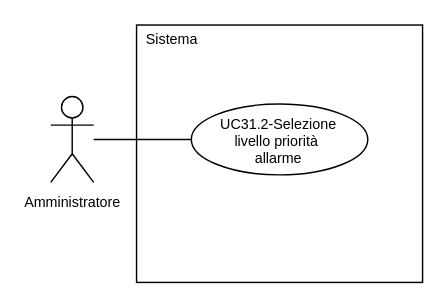
Above: 2-RTB/Analisi_dei_requisiti/draw.io/UC31.2.drawio in SnakeByteTeam/snakebyteteam.github.io (draw.io), before the change. Source tidied: cells renumbered, new cells numbered last; positions are measured from the earlier drawing's top-left corner, leaving out a move shared by most shapes. Both pictures are drawn from the tidied source at 143%, with x=0, y=0 at pixel (50, 24).
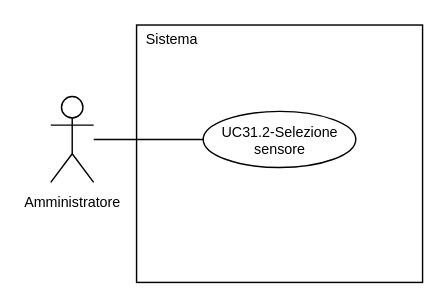
The same page after the edit.

Change to the diagram source:
```diff
@@
 <mxGraphModel>
   <root>
     <mxCell id="0" />
     <mxCell id="1" parent="0" />
     <mxCell id="2" value="&lt;font style=&quot;font-size: 10px; line-height: 100%;&quot;&gt;Amministratore&lt;/font&gt;" style="shape=umlActor;verticalLabelPosition=bottom;verticalAlign=top;html=1;outlineConnect=0;" parent="1" vertex="1">
       <mxGeometry y="50" width="30" height="60" as="geometry" />
     </mxCell>
     <mxCell id="3" style="rounded=0;whiteSpace=wrap;html=1;" parent="1" vertex="1">
       <mxGeometry x="60" width="200" height="180" as="geometry" />
     </mxCell>
     <mxCell id="4" style="edgeStyle=orthogonalEdgeStyle;rounded=0;jettySize=auto;html=1;exitX=0;exitY=0.5;exitDx=0;exitDy=0;endArrow=none;endFill=0;" parent="1" edge="1" source="5" target="2">
       <mxGeometry relative="1" as="geometry" />
     </mxCell>
-    <mxCell id="5" value="&lt;div style=&quot;line-height: 100%;&quot;&gt;&lt;font style=&quot;line-height: 100%; font-size: 10px;&quot;&gt;UC31.2-Selezione&lt;/font&gt;&lt;/div&gt;&lt;div style=&quot;line-height: 100%;&quot;&gt;&lt;font style=&quot;line-height: 100%; font-size: 10px;&quot;&gt;livello priorità&amp;nbsp;&lt;/font&gt;&lt;/div&gt;&lt;div style=&quot;line-height: 100%;&quot;&gt;&lt;font style=&quot;line-height: 100%; font-size: 10px;&quot;&gt;allarme&lt;/font&gt;&lt;/div&gt;" style="ellipse;whiteSpace=wrap;html=1;" parent="1" vertex="1">
-      <mxGeometry x="98.3" y="55.2" width="123.4" height="49.6" as="geometry" />
+    <mxCell id="5" value="&lt;div style=&quot;line-height: 100%;&quot;&gt;&lt;font style=&quot;line-height: 100%; font-size: 10px;&quot;&gt;UC31.2-Selezione&lt;/font&gt;&lt;/div&gt;&lt;div style=&quot;line-height: 100%;&quot;&gt;&lt;font style=&quot;line-height: 100%; font-size: 10px;&quot;&gt;sensore&lt;/font&gt;&lt;/div&gt;" style="ellipse;whiteSpace=wrap;html=1;" parent="1" vertex="1">
+      <mxGeometry x="106.6" y="60.4" width="106.7" height="39.2" as="geometry" />
     </mxCell>
     <mxCell id="6" value="&lt;font style=&quot;font-size: 10px;&quot;&gt;Sistema&lt;/font&gt;" style="text;html=1;whiteSpace=wrap;strokeColor=none;fillColor=none;align=center;verticalAlign=middle;rounded=0;" parent="1" vertex="1">
       <mxGeometry x="60" width="50" height="20" as="geometry" />
     </mxCell>
   </root>
 </mxGraphModel>
```
